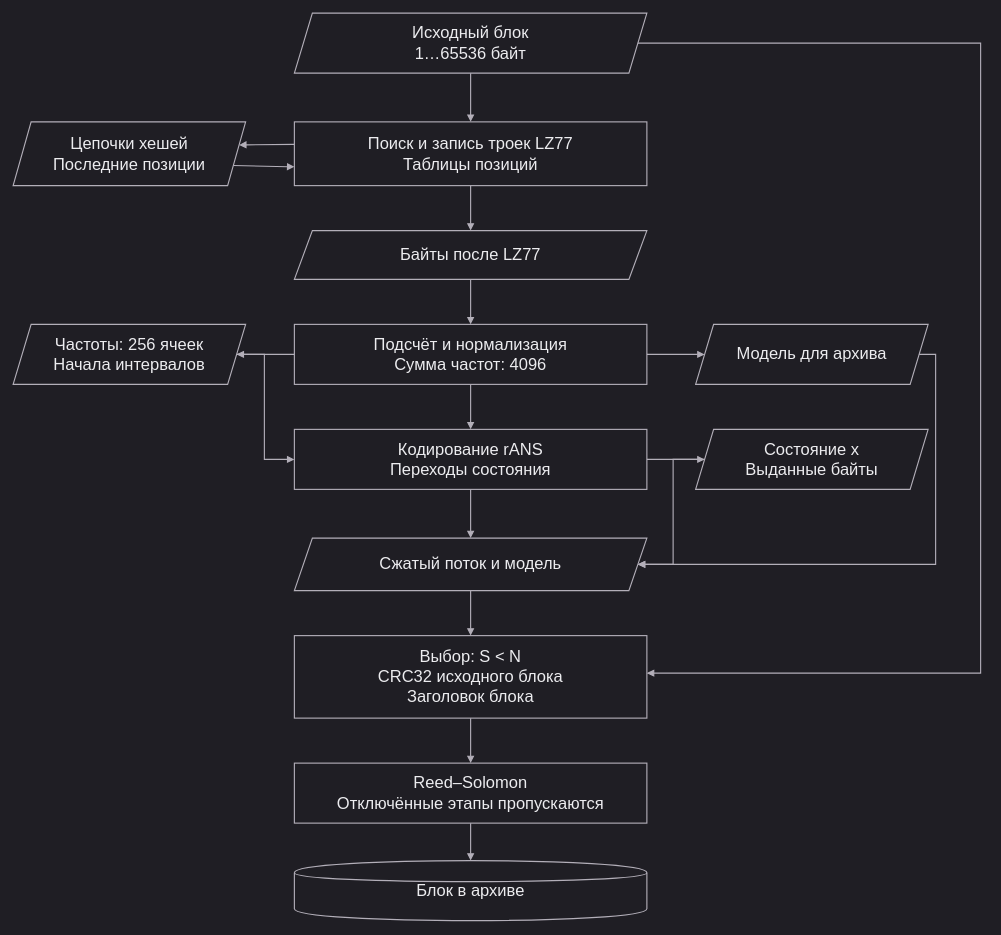
This is page "data" (1 of 13) of docs/diagrams.drawio from SM1LEK/clarslib, a draw.io file, before an edit. Source tidied: cells renumbered, new cells numbered last; positions are measured from the earlier drawing's top-left corner, leaving out a move shared by most shapes. Both pictures are drawn from the tidied source at 75%, with x=0, y=0 at pixel (13, 13).
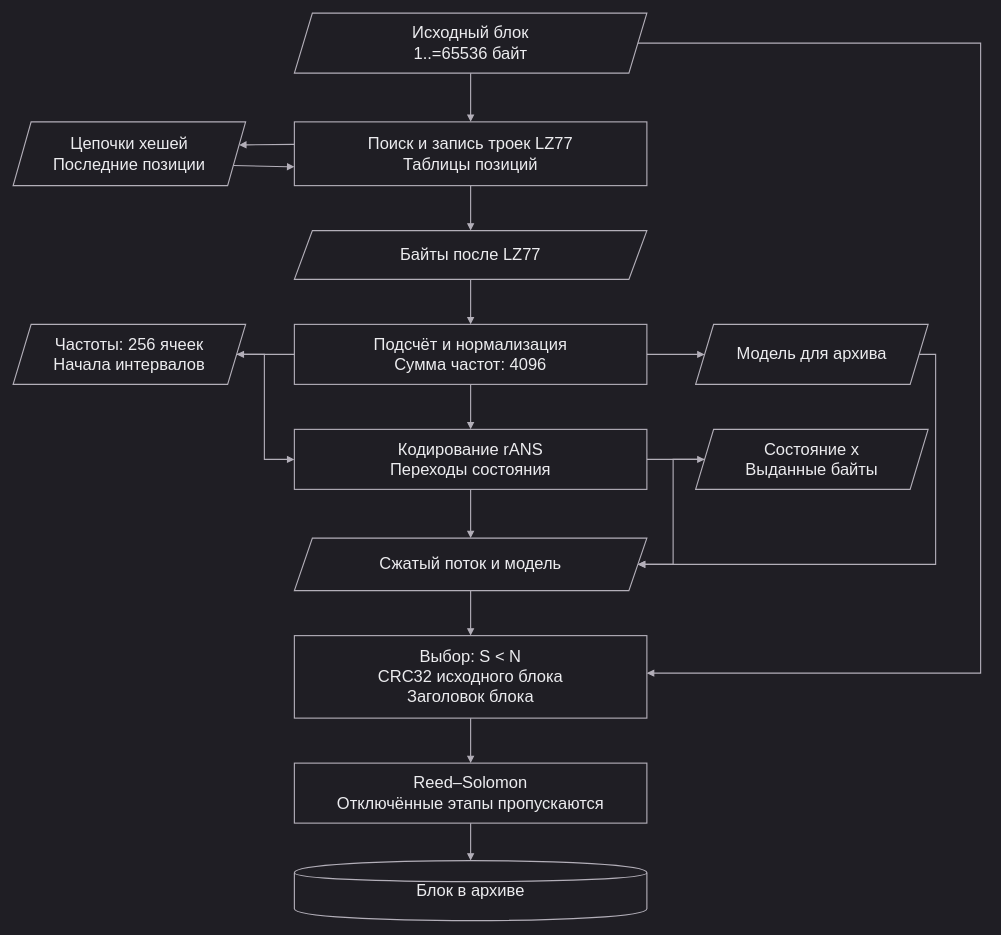
The same page after the edit.

The edit, as a diff of the source:
```diff
@@
-    <mxCell id="2" value="Исходный блок&#10;1…65536 байт" style="whiteSpace=wrap;html=0;fillColor=#1f1e24;strokeColor=#b3afb9;fontColor=#ececef;fontFamily=Arial;fontSize=22;align=center;verticalAlign=middle;strokeWidth=1.5;spacing=10;shape=parallelogram;perimeter=parallelogramPerimeter;fixedSize=1;size=24;" parent="1" vertex="1">
+    <mxCell id="2" value="Исходный блок&#10;1..=65536 байт" style="whiteSpace=wrap;html=0;fillColor=#1f1e24;strokeColor=#b3afb9;fontColor=#ececef;fontFamily=Arial;fontSize=22;align=center;verticalAlign=middle;strokeWidth=1.5;spacing=10;shape=parallelogram;perimeter=parallelogramPerimeter;fixedSize=1;size=24;" parent="1" vertex="1">
       <mxGeometry x="375" width="470" height="80" as="geometry" />
     </mxCell>
```
